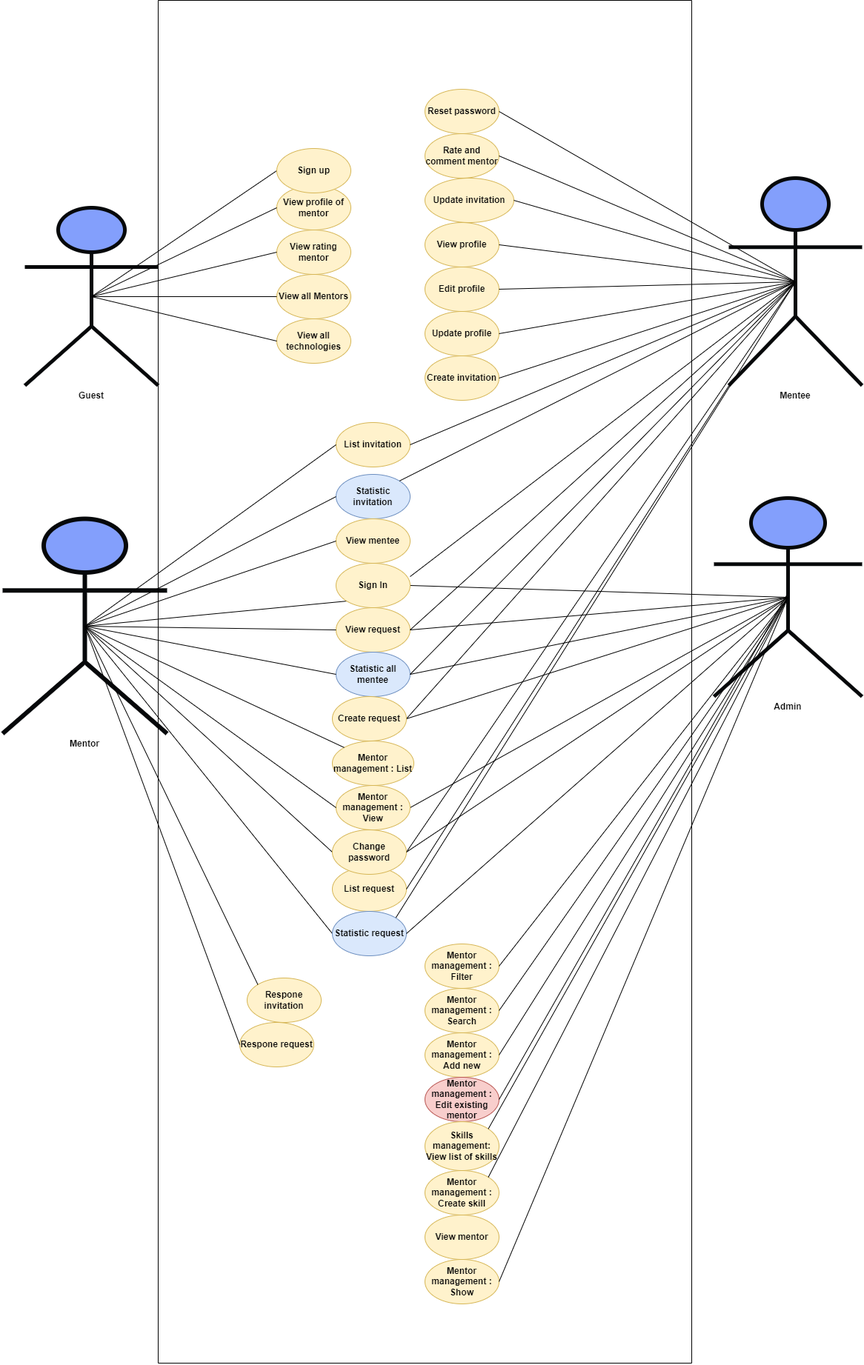
The draw.io diagram UML.drawio.png in dungdt23/SWP391_Document, before a commit. Source tidied: cells renumbered, new cells last; positions are measured from the earlier drawing's top-left corner, leaving out a move shared by most shapes.
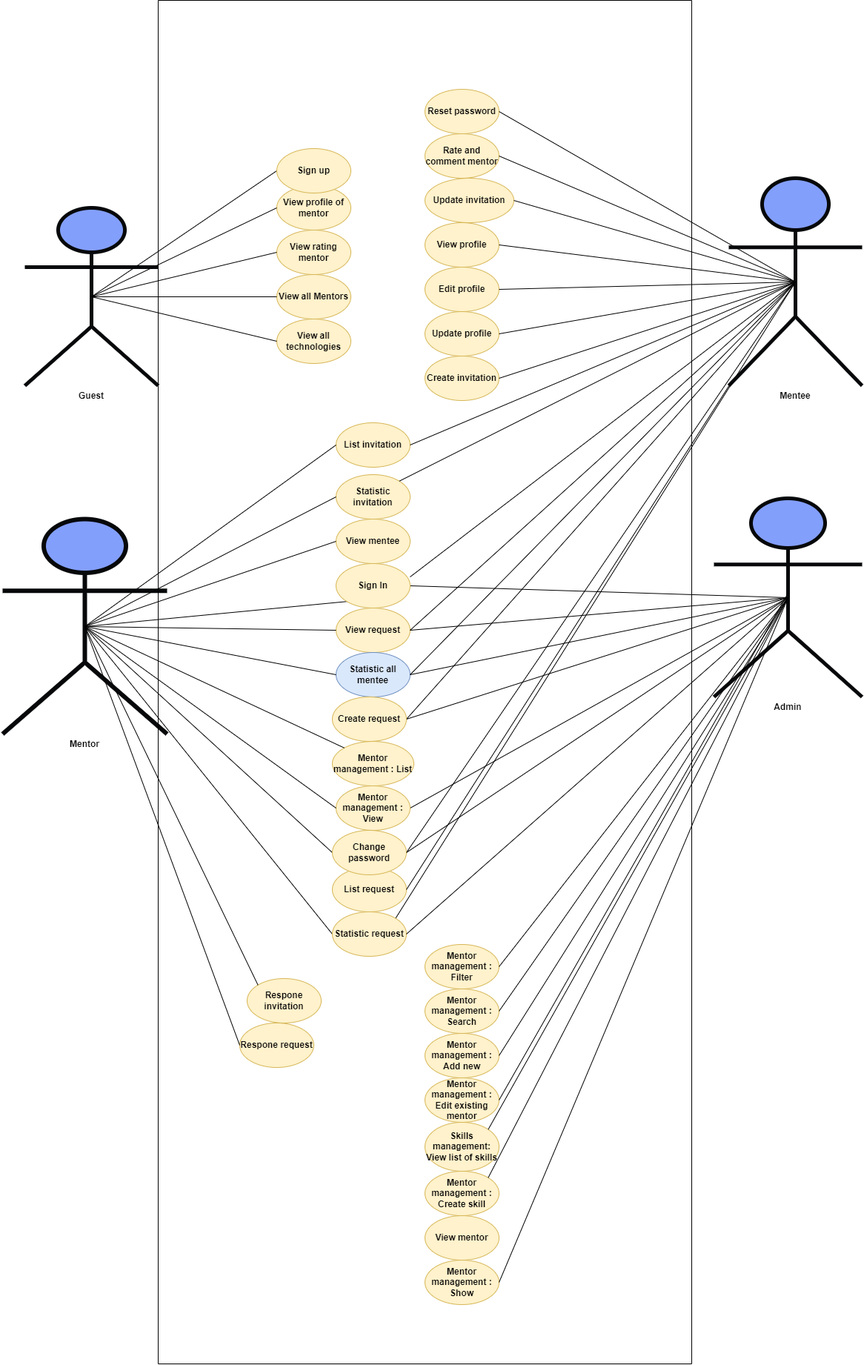
The same diagram one commit later.

The edit, as a diff of the source:
```diff
@@ -62,7 +62,7 @@
     <mxCell id="21" style="endArrow=none;html=1;rounded=0;exitX=1;exitY=0.5;exitDx=0;exitDy=0;entryX=0.5;entryY=0.5;entryDx=0;entryDy=0;entryPerimeter=0;" parent="1" edge="1" source="14" target="12">
       <mxGeometry relative="1" as="geometry" />
     </mxCell>
-    <mxCell id="22" value="Statistic invitation" style="ellipse;whiteSpace=wrap;html=1;fillColor=#dae8fc;strokeColor=#6c8ebf;fontStyle=1;" parent="1" vertex="1">
+    <mxCell id="22" value="Statistic invitation" style="ellipse;whiteSpace=wrap;html=1;fillColor=#fff2cc;strokeColor=#d6b656;fontStyle=1;" parent="1" vertex="1">
       <mxGeometry x="450" y="640" width="100" height="60" as="geometry" />
     </mxCell>
     <mxCell id="23" value="List invitation" style="ellipse;whiteSpace=wrap;html=1;fillColor=#fff2cc;strokeColor=#d6b656;fontStyle=1;" parent="1" vertex="1">
@@ -158,7 +158,7 @@
     <mxCell id="53" value="Mentor management : Add new&lt;span style=&quot;color: rgba(0, 0, 0, 0); font-family: monospace; font-size: 0px; font-weight: 400; text-align: start;&quot;&gt;%3CmxGraphModel%3E%3Croot%3E%3CmxCell%20id%3D%220%22%2F%3E%3CmxCell%20id%3D%221%22%20parent%3D%220%22%2F%3E%3CmxCell%20id%3D%222%22%20value%3D%22Mentor%20management%20%3A%20Search%22%20style%3D%22ellipse%3BwhiteSpace%3Dwrap%3Bhtml%3D1%3BfillColor%3D%23fff2cc%3BstrokeColor%3D%23d6b656%3BfontStyle%3D1%22%20vertex%3D%221%22%20parent%3D%221%22%3E%3CmxGeometry%20x%3D%22880%22%20y%3D%22674%22%20width%3D%22100%22%20height%3D%2260%22%20as%3D%22geometry%22%2F%3E%3C%2FmxCell%3E%3C%2Froot%3E%3C%2FmxGraphModel%3E&lt;/span&gt;" style="ellipse;whiteSpace=wrap;html=1;fillColor=#fff2cc;strokeColor=#d6b656;fontStyle=1;" parent="1" vertex="1">
       <mxGeometry x="570" y="1394" width="100" height="60" as="geometry" />
     </mxCell>
-    <mxCell id="54" value="Mentor management : Edit existing mentor&lt;span style=&quot;color: rgba(0, 0, 0, 0); font-family: monospace; font-size: 0px; font-weight: 400; text-align: start;&quot;&gt;%3CmxGraphModel%3E%3Croot%3E%3CmxCell%20id%3D%220%22%2F%3E%3CmxCell%20id%3D%221%22%20parent%3D%220%22%2F%3E%3CmxCell%20id%3D%222%22%20value%3D%22Mentor%20management%20%3A%20Search%22%20style%3D%22ellipse%3BwhiteSpace%3Dwrap%3Bhtml%3D1%3BfillColor%3D%23fff2cc%3BstrokeColor%3D%23d6b656%3BfontStyle%3D1%22%20vertex%3D%221%22%20parent%3D%221%22%3E%3CmxGeometry%20x%3D%22880%22%20y%3D%22674%22%20width%3D%22100%22%20height%3D%2260%22%20as%3D%22geometry%22%2F%3E%3C%2FmxCell%3E%3C%2Froot%3E%3C%2FmxGraphModel%3E&lt;/span&gt;" style="ellipse;whiteSpace=wrap;html=1;fillColor=#f8cecc;strokeColor=#b85450;fontStyle=1;" parent="1" vertex="1">
+    <mxCell id="54" value="Mentor management : Edit existing mentor&lt;span style=&quot;color: rgba(0, 0, 0, 0); font-family: monospace; font-size: 0px; font-weight: 400; text-align: start;&quot;&gt;%3CmxGraphModel%3E%3Croot%3E%3CmxCell%20id%3D%220%22%2F%3E%3CmxCell%20id%3D%221%22%20parent%3D%220%22%2F%3E%3CmxCell%20id%3D%222%22%20value%3D%22Mentor%20management%20%3A%20Search%22%20style%3D%22ellipse%3BwhiteSpace%3Dwrap%3Bhtml%3D1%3BfillColor%3D%23fff2cc%3BstrokeColor%3D%23d6b656%3BfontStyle%3D1%22%20vertex%3D%221%22%20parent%3D%221%22%3E%3CmxGeometry%20x%3D%22880%22%20y%3D%22674%22%20width%3D%22100%22%20height%3D%2260%22%20as%3D%22geometry%22%2F%3E%3C%2FmxCell%3E%3C%2Froot%3E%3C%2FmxGraphModel%3E&lt;/span&gt;" style="ellipse;whiteSpace=wrap;html=1;fillColor=#fff2cc;strokeColor=#d6b656;fontStyle=1;" parent="1" vertex="1">
       <mxGeometry x="570" y="1454" width="100" height="60" as="geometry" />
     </mxCell>
     <mxCell id="55" value="Skills management: View list of skills" style="ellipse;whiteSpace=wrap;html=1;fillColor=#fff2cc;strokeColor=#d6b656;fontStyle=1;" parent="1" vertex="1">
@@ -223,7 +223,7 @@
     <mxCell id="74" value="Create request" style="ellipse;whiteSpace=wrap;html=1;fillColor=#fff2cc;strokeColor=#d6b656;fontStyle=1;" parent="1" vertex="1">
       <mxGeometry x="445" y="940" width="100" height="60" as="geometry" />
     </mxCell>
-    <mxCell id="75" value="Statistic request" style="ellipse;whiteSpace=wrap;html=1;fillColor=#dae8fc;strokeColor=#6c8ebf;fontStyle=1;" parent="1" vertex="1">
+    <mxCell id="75" value="Statistic request" style="ellipse;whiteSpace=wrap;html=1;fillColor=#fff2cc;strokeColor=#d6b656;fontStyle=1;" parent="1" vertex="1">
       <mxGeometry x="445" y="1230" width="100" height="60" as="geometry" />
     </mxCell>
     <mxCell id="76" style="endArrow=none;html=1;rounded=0;exitX=0.5;exitY=0.5;exitDx=0;exitDy=0;exitPerimeter=0;entryX=1;entryY=0.5;entryDx=0;entryDy=0;" parent="1" edge="1" source="46" target="75">
```
